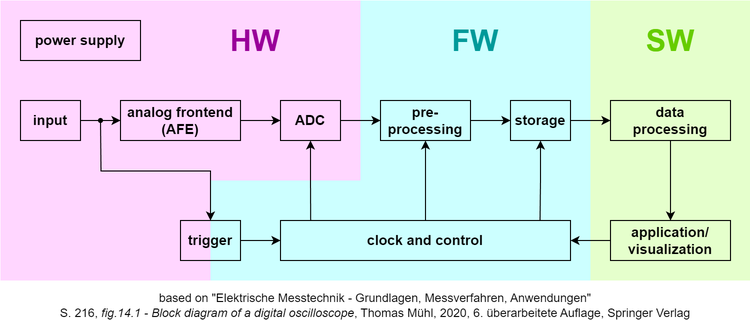
Before: docs/img/Projektstruktur.png, a diagram exported from draw.io (nicolstr/usb-oscilloscope). Source tidied: cells renumbered, new cells last; positions are measured from the earlier drawing's top-left corner, leaving out a move shared by most shapes. The source it was exported from:
```xml
<mxGraphModel>
  <root>
    <mxCell id="0" />
    <mxCell id="1" parent="0" />
    <mxCell id="2" style="rounded=0;whiteSpace=wrap;html=1;strokeColor=none;fillColor=#CCFF99;opacity=50;fontStyle=1;fontSize=14;" parent="1" vertex="1">
      <mxGeometry x="590" width="160" height="280" as="geometry" />
    </mxCell>
    <mxCell id="3" style="rounded=0;whiteSpace=wrap;html=1;strokeColor=none;fillColor=#99FFFF;opacity=50;fontStyle=1;fontSize=14;" parent="1" vertex="1">
      <mxGeometry x="360" width="230" height="180" as="geometry" />
    </mxCell>
    <mxCell id="4" style="rounded=0;whiteSpace=wrap;html=1;strokeColor=none;fillColor=#99FFFF;opacity=50;fontStyle=1;fontSize=14;" parent="1" vertex="1">
      <mxGeometry x="210" y="180" width="380" height="100" as="geometry" />
    </mxCell>
    <mxCell id="5" style="rounded=0;whiteSpace=wrap;html=1;strokeColor=none;fillColor=#FF99FF;opacity=40;fontStyle=1;fontSize=14;" parent="1" vertex="1">
      <mxGeometry y="180" width="210" height="100" as="geometry" />
    </mxCell>
    <mxCell id="6" style="rounded=0;whiteSpace=wrap;html=1;strokeColor=none;fillColor=#FF99FF;opacity=40;fontStyle=1;fontSize=14;" parent="1" vertex="1">
      <mxGeometry width="360" height="180" as="geometry" />
    </mxCell>
    <mxCell id="7" value="&lt;div style=&quot;&quot;&gt;&lt;span style=&quot;background-color: transparent; color: light-dark(rgb(0, 0, 0), rgb(255, 255, 255));&quot;&gt;based on &quot;Elektrische Messtechnik -&amp;nbsp;&lt;/span&gt;&lt;span style=&quot;background-color: transparent; color: light-dark(rgb(0, 0, 0), rgb(255, 255, 255));&quot;&gt;Grundlagen, Messverfahren,&amp;nbsp;&lt;/span&gt;&lt;span style=&quot;background-color: transparent; color: light-dark(rgb(0, 0, 0), rgb(255, 255, 255));&quot;&gt;Anwendungen&lt;/span&gt;&lt;span style=&quot;background-color: transparent; color: light-dark(rgb(0, 0, 0), rgb(255, 255, 255));&quot;&gt;&quot;&lt;/span&gt;&lt;/div&gt;&lt;div style=&quot;&quot;&gt;&lt;span style=&quot;background-color: transparent; color: light-dark(rgb(0, 0, 0), rgb(255, 255, 255));&quot;&gt;S. 216,&amp;nbsp;&lt;i&gt;fig.14.1 -&amp;nbsp;&lt;/i&gt;&lt;/span&gt;&lt;span style=&quot;background-color: transparent;&quot;&gt;&lt;i&gt;Block diagram of a digital oscilloscope&lt;/i&gt;&lt;/span&gt;&lt;span style=&quot;background-color: transparent; color: light-dark(rgb(0, 0, 0), rgb(255, 255, 255));&quot;&gt;, Thomas Mühl, 2020, 6. überarbeitete Auflage, Springer Verlag&lt;/span&gt;&lt;/div&gt;" style="text;html=1;align=center;verticalAlign=middle;whiteSpace=wrap;rounded=0;" parent="1" vertex="1">
      <mxGeometry y="290" width="750" height="30" as="geometry" />
    </mxCell>
    <mxCell id="8" value="power supply" style="rounded=0;whiteSpace=wrap;html=1;fillColor=none;fontStyle=1;fontSize=14;" parent="1" vertex="1">
      <mxGeometry x="20" y="20" width="120" height="40" as="geometry" />
    </mxCell>
    <mxCell id="9" style="edgeStyle=orthogonalEdgeStyle;rounded=0;jettySize=auto;html=1;" parent="1" edge="1" source="10" target="12">
      <mxGeometry relative="1" as="geometry" />
    </mxCell>
    <mxCell id="10" value="input" style="rounded=0;whiteSpace=wrap;html=1;fillColor=none;fontStyle=1;fontSize=14;" parent="1" vertex="1">
      <mxGeometry x="20" y="100" width="60" height="40" as="geometry" />
    </mxCell>
    <mxCell id="11" style="edgeStyle=orthogonalEdgeStyle;rounded=0;jettySize=auto;html=1;" parent="1" edge="1" source="12" target="14">
      <mxGeometry relative="1" as="geometry" />
    </mxCell>
    <mxCell id="12" value="analog frontend (AFE)" style="rounded=0;whiteSpace=wrap;html=1;fillColor=none;fontStyle=1;fontSize=14;" parent="1" vertex="1">
      <mxGeometry x="120" y="100" width="120" height="40" as="geometry" />
    </mxCell>
    <mxCell id="13" style="edgeStyle=orthogonalEdgeStyle;rounded=0;jettySize=auto;html=1;" parent="1" edge="1" source="14" target="18">
      <mxGeometry relative="1" as="geometry" />
    </mxCell>
    <mxCell id="14" value="ADC" style="rounded=0;whiteSpace=wrap;html=1;fillColor=none;fontStyle=1;fontSize=14;" parent="1" vertex="1">
      <mxGeometry x="280" y="100" width="60" height="40" as="geometry" />
    </mxCell>
    <mxCell id="15" value="clock and control" style="rounded=0;whiteSpace=wrap;html=1;fillColor=none;fontStyle=1;fontSize=14;" parent="1" vertex="1">
      <mxGeometry x="280" y="220" width="290" height="40" as="geometry" />
    </mxCell>
    <mxCell id="16" style="edgeStyle=orthogonalEdgeStyle;rounded=0;jettySize=auto;html=1;" parent="1" edge="1" source="18" target="20">
      <mxGeometry relative="1" as="geometry" />
    </mxCell>
    <mxCell id="17" style="edgeStyle=orthogonalEdgeStyle;rounded=0;jettySize=auto;html=1;exitX=0.5;exitY=1;exitDx=0;exitDy=0;entryX=0.5;entryY=0;entryDx=0;entryDy=0;startArrow=classic;startFill=1;endArrow=none;" parent="1" edge="1" source="18" target="15">
      <mxGeometry relative="1" as="geometry" />
    </mxCell>
    <mxCell id="18" value="pre-processing" style="rounded=0;whiteSpace=wrap;html=1;fillColor=none;fontStyle=1;fontSize=14;" parent="1" vertex="1">
      <mxGeometry x="380" y="100" width="90" height="40" as="geometry" />
    </mxCell>
    <mxCell id="19" style="edgeStyle=orthogonalEdgeStyle;rounded=0;jettySize=auto;html=1;" parent="1" edge="1" source="20" target="24">
      <mxGeometry relative="1" as="geometry" />
    </mxCell>
    <mxCell id="20" value="storage" style="rounded=0;whiteSpace=wrap;html=1;fillColor=none;fontStyle=1;fontSize=14;" parent="1" vertex="1">
      <mxGeometry x="510" y="100" width="60" height="40" as="geometry" />
    </mxCell>
    <mxCell id="21" style="edgeStyle=orthogonalEdgeStyle;rounded=0;jettySize=auto;html=1;" parent="1" edge="1" source="22" target="15">
      <mxGeometry relative="1" as="geometry" />
    </mxCell>
    <mxCell id="22" value="application/&lt;br&gt;visualization" style="rounded=0;whiteSpace=wrap;html=1;fillColor=none;fontStyle=1;fontSize=14;" parent="1" vertex="1">
      <mxGeometry x="610" y="220" width="120" height="40" as="geometry" />
    </mxCell>
    <mxCell id="23" style="edgeStyle=orthogonalEdgeStyle;rounded=0;jettySize=auto;html=1;" parent="1" edge="1" source="24" target="22">
      <mxGeometry relative="1" as="geometry" />
    </mxCell>
    <mxCell id="24" value="data&lt;div&gt;processing&lt;/div&gt;" style="rounded=0;whiteSpace=wrap;html=1;fillColor=none;fontStyle=1;fontSize=14;" parent="1" vertex="1">
      <mxGeometry x="610" y="100" width="120" height="40" as="geometry" />
    </mxCell>
    <mxCell id="25" style="edgeStyle=orthogonalEdgeStyle;rounded=0;jettySize=auto;html=1;exitX=0.5;exitY=0;exitDx=0;exitDy=0;startArrow=classic;startFill=1;endArrow=none;" parent="1" edge="1" source="27">
      <mxGeometry relative="1" as="geometry">
        <mxPoint x="100" y="120" as="targetPoint" />
      </mxGeometry>
    </mxCell>
    <mxCell id="26" style="edgeStyle=orthogonalEdgeStyle;rounded=0;jettySize=auto;html=1;" parent="1" edge="1" source="27" target="15">
      <mxGeometry relative="1" as="geometry" />
    </mxCell>
    <mxCell id="27" value="trigger" style="rounded=0;whiteSpace=wrap;html=1;fillColor=none;fontStyle=1;fontSize=14;" parent="1" vertex="1">
      <mxGeometry x="180" y="220" width="60" height="40" as="geometry" />
    </mxCell>
    <mxCell id="28" style="edgeStyle=orthogonalEdgeStyle;rounded=0;jettySize=auto;html=1;exitX=0.5;exitY=1;exitDx=0;exitDy=0;entryX=0.895;entryY=0;entryDx=0;entryDy=0;entryPerimeter=0;startArrow=classic;startFill=1;endArrow=none;" parent="1" edge="1" source="20" target="15">
      <mxGeometry relative="1" as="geometry" />
    </mxCell>
    <mxCell id="29" value="&lt;span style=&quot;font-size: 30px;&quot;&gt;&lt;b&gt;FW&lt;/b&gt;&lt;/span&gt;" style="text;html=1;align=center;verticalAlign=middle;whiteSpace=wrap;rounded=0;fontColor=#009999;" parent="1" vertex="1">
      <mxGeometry x="440" y="20" width="70" height="40" as="geometry" />
    </mxCell>
    <mxCell id="30" value="&lt;b&gt;&lt;font style=&quot;font-size: 30px;&quot;&gt;HW&lt;/font&gt;&lt;/b&gt;" style="text;html=1;align=center;verticalAlign=middle;whiteSpace=wrap;rounded=0;fontColor=#990099;" parent="1" vertex="1">
      <mxGeometry x="220" y="20" width="70" height="40" as="geometry" />
    </mxCell>
    <mxCell id="31" value="&lt;span style=&quot;font-size: 30px;&quot;&gt;&lt;b style=&quot;&quot;&gt;SW&lt;/b&gt;&lt;/span&gt;" style="text;html=1;align=center;verticalAlign=middle;whiteSpace=wrap;rounded=0;fontColor=#66CC00;" parent="1" vertex="1">
      <mxGeometry x="635" y="20" width="70" height="40" as="geometry" />
    </mxCell>
    <mxCell id="32" style="edgeStyle=orthogonalEdgeStyle;rounded=0;jettySize=auto;html=1;exitX=0.5;exitY=1;exitDx=0;exitDy=0;entryX=0.104;entryY=-0.013;entryDx=0;entryDy=0;entryPerimeter=0;startArrow=classic;startFill=1;endArrow=none;" parent="1" edge="1" source="14" target="15">
      <mxGeometry relative="1" as="geometry" />
    </mxCell>
    <mxCell id="33" style="ellipse;whiteSpace=wrap;html=1;fillColor=#000000;spacing=2;" parent="1" vertex="1">
      <mxGeometry x="98" y="118" width="4" height="4" as="geometry" />
    </mxCell>
  </root>
</mxGraphModel>
```
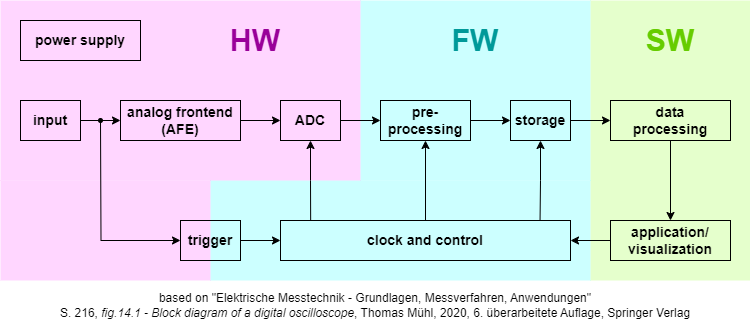
After the change.

Change to the diagram source:
```diff
@@ -71,7 +71,7 @@
     <mxCell id="24" value="data&lt;div&gt;processing&lt;/div&gt;" style="rounded=0;whiteSpace=wrap;html=1;fillColor=none;fontStyle=1;fontSize=14;" parent="1" vertex="1">
       <mxGeometry x="610" y="100" width="120" height="40" as="geometry" />
     </mxCell>
-    <mxCell id="25" style="edgeStyle=orthogonalEdgeStyle;rounded=0;jettySize=auto;html=1;exitX=0.5;exitY=0;exitDx=0;exitDy=0;startArrow=classic;startFill=1;endArrow=none;" parent="1" edge="1" source="27">
+    <mxCell id="25" style="edgeStyle=orthogonalEdgeStyle;rounded=0;jettySize=auto;html=1;exitX=0;exitY=0.5;exitDx=0;exitDy=0;startArrow=classic;startFill=1;endArrow=none;" parent="1" edge="1" source="27">
       <mxGeometry relative="1" as="geometry">
         <mxPoint x="100" y="120" as="targetPoint" />
       </mxGeometry>
```
